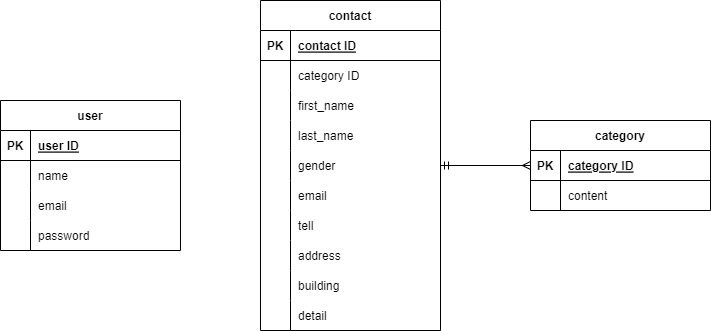
Earlier version of the draw.io export er.drawio.png (gh-sugiura/php). Source tidied: cells renumbered, new cells last; positions are measured from the earlier drawing's top-left corner, leaving out a move shared by most shapes. The source it was exported from:
```xml
<mxGraphModel>
  <root>
    <mxCell id="0" />
    <mxCell id="1" parent="0" />
    <mxCell id="2" value="contact" style="shape=table;startSize=30;rowLines=0;fontStyle=1;align=center;" parent="1" vertex="1">
      <mxGeometry x="260" width="180" height="330" as="geometry" />
    </mxCell>
    <mxCell id="3" style="shape=tableRow;horizontal=0;startSize=0;swimlaneHead=0;swimlaneBody=0;fillColor=none;top=0;left=0;right=0;bottom=1;" parent="2" vertex="1">
      <mxGeometry y="30" width="180" height="30" as="geometry" />
    </mxCell>
    <mxCell id="4" value="PK" style="shape=partialRectangle;fillColor=none;top=0;left=0;bottom=0;right=0;fontStyle=1;overflow=hidden;" parent="3" vertex="1">
      <mxGeometry width="30" height="30" as="geometry" />
    </mxCell>
    <mxCell id="5" value="contact ID" style="shape=partialRectangle;fillColor=none;top=0;left=0;bottom=0;right=0;align=left;spacingLeft=6;fontStyle=5;overflow=hidden;" parent="3" vertex="1">
      <mxGeometry x="30" width="150" height="30" as="geometry" />
    </mxCell>
    <mxCell id="6" style="shape=tableRow;horizontal=0;startSize=0;swimlaneHead=0;swimlaneBody=0;fillColor=none;top=0;left=0;right=0;bottom=0;" parent="2" vertex="1">
      <mxGeometry y="60" width="180" height="30" as="geometry" />
    </mxCell>
    <mxCell id="7" style="shape=partialRectangle;fillColor=none;top=0;left=0;bottom=0;right=0;overflow=hidden;" parent="6" vertex="1">
      <mxGeometry width="30" height="30" as="geometry" />
    </mxCell>
    <mxCell id="8" value="category ID" style="shape=partialRectangle;fillColor=none;top=0;left=0;bottom=0;right=0;align=left;spacingLeft=6;overflow=hidden;" parent="6" vertex="1">
      <mxGeometry x="30" width="150" height="30" as="geometry" />
    </mxCell>
    <mxCell id="9" style="shape=tableRow;horizontal=0;startSize=0;swimlaneHead=0;swimlaneBody=0;fillColor=none;top=0;left=0;right=0;bottom=0;" parent="2" vertex="1">
      <mxGeometry y="90" width="180" height="30" as="geometry" />
    </mxCell>
    <mxCell id="10" style="shape=partialRectangle;fillColor=none;top=0;left=0;bottom=0;right=0;overflow=hidden;" parent="9" vertex="1">
      <mxGeometry width="30" height="30" as="geometry" />
    </mxCell>
    <mxCell id="11" value="first_name" style="shape=partialRectangle;fillColor=none;top=0;left=0;bottom=0;right=0;align=left;spacingLeft=6;overflow=hidden;" parent="9" vertex="1">
      <mxGeometry x="30" width="150" height="30" as="geometry" />
    </mxCell>
    <mxCell id="12" style="shape=tableRow;horizontal=0;startSize=0;swimlaneHead=0;swimlaneBody=0;fillColor=none;top=0;left=0;right=0;bottom=0;" parent="2" vertex="1">
      <mxGeometry y="120" width="180" height="30" as="geometry" />
    </mxCell>
    <mxCell id="13" style="shape=partialRectangle;fillColor=none;top=0;left=0;bottom=0;right=0;overflow=hidden;" parent="12" vertex="1">
      <mxGeometry width="30" height="30" as="geometry" />
    </mxCell>
    <mxCell id="14" value="last_name" style="shape=partialRectangle;fillColor=none;top=0;left=0;bottom=0;right=0;align=left;spacingLeft=6;overflow=hidden;" parent="12" vertex="1">
      <mxGeometry x="30" width="150" height="30" as="geometry" />
    </mxCell>
    <mxCell id="15" style="shape=tableRow;horizontal=0;startSize=0;swimlaneHead=0;swimlaneBody=0;fillColor=none;points=[[0,0.5],[1,0.5]];portConstraint=eastwest;top=0;left=0;right=0;bottom=0;" parent="2" vertex="1">
      <mxGeometry y="150" width="180" height="30" as="geometry" />
    </mxCell>
    <mxCell id="16" style="shape=partialRectangle;fillColor=none;top=0;left=0;bottom=0;right=0;overflow=hidden;" parent="15" vertex="1">
      <mxGeometry width="30" height="30" as="geometry" />
    </mxCell>
    <mxCell id="17" value="gender" style="shape=partialRectangle;fillColor=none;top=0;left=0;bottom=0;right=0;align=left;spacingLeft=6;overflow=hidden;" parent="15" vertex="1">
      <mxGeometry x="30" width="150" height="30" as="geometry" />
    </mxCell>
    <mxCell id="18" style="shape=tableRow;horizontal=0;startSize=0;swimlaneHead=0;swimlaneBody=0;fillColor=none;top=0;left=0;right=0;bottom=0;" parent="2" vertex="1">
      <mxGeometry y="180" width="180" height="30" as="geometry" />
    </mxCell>
    <mxCell id="19" style="shape=partialRectangle;fillColor=none;top=0;left=0;bottom=0;right=0;overflow=hidden;" parent="18" vertex="1">
      <mxGeometry width="30" height="30" as="geometry" />
    </mxCell>
    <mxCell id="20" value="email" style="shape=partialRectangle;fillColor=none;top=0;left=0;bottom=0;right=0;align=left;spacingLeft=6;overflow=hidden;" parent="18" vertex="1">
      <mxGeometry x="30" width="150" height="30" as="geometry" />
    </mxCell>
    <mxCell id="21" style="shape=tableRow;horizontal=0;startSize=0;swimlaneHead=0;swimlaneBody=0;fillColor=none;top=0;left=0;right=0;bottom=0;" parent="2" vertex="1">
      <mxGeometry y="210" width="180" height="30" as="geometry" />
    </mxCell>
    <mxCell id="22" style="shape=partialRectangle;fillColor=none;top=0;left=0;bottom=0;right=0;overflow=hidden;" parent="21" vertex="1">
      <mxGeometry width="30" height="30" as="geometry" />
    </mxCell>
    <mxCell id="23" value="tell" style="shape=partialRectangle;fillColor=none;top=0;left=0;bottom=0;right=0;align=left;spacingLeft=6;overflow=hidden;" parent="21" vertex="1">
      <mxGeometry x="30" width="150" height="30" as="geometry" />
    </mxCell>
    <mxCell id="24" style="shape=tableRow;horizontal=0;startSize=0;swimlaneHead=0;swimlaneBody=0;fillColor=none;top=0;left=0;right=0;bottom=0;" parent="2" vertex="1">
      <mxGeometry y="240" width="180" height="30" as="geometry" />
    </mxCell>
    <mxCell id="25" style="shape=partialRectangle;fillColor=none;top=0;left=0;bottom=0;right=0;overflow=hidden;" parent="24" vertex="1">
      <mxGeometry width="30" height="30" as="geometry" />
    </mxCell>
    <mxCell id="26" value="address" style="shape=partialRectangle;fillColor=none;top=0;left=0;bottom=0;right=0;align=left;spacingLeft=6;overflow=hidden;" parent="24" vertex="1">
      <mxGeometry x="30" width="150" height="30" as="geometry" />
    </mxCell>
    <mxCell id="27" style="shape=tableRow;horizontal=0;startSize=0;swimlaneHead=0;swimlaneBody=0;fillColor=none;top=0;left=0;right=0;bottom=0;" parent="2" vertex="1">
      <mxGeometry y="270" width="180" height="30" as="geometry" />
    </mxCell>
    <mxCell id="28" style="shape=partialRectangle;fillColor=none;top=0;left=0;bottom=0;right=0;overflow=hidden;" parent="27" vertex="1">
      <mxGeometry width="30" height="30" as="geometry" />
    </mxCell>
    <mxCell id="29" value="building" style="shape=partialRectangle;fillColor=none;top=0;left=0;bottom=0;right=0;align=left;spacingLeft=6;overflow=hidden;" parent="27" vertex="1">
      <mxGeometry x="30" width="150" height="30" as="geometry" />
    </mxCell>
    <mxCell id="30" style="shape=tableRow;horizontal=0;startSize=0;swimlaneHead=0;swimlaneBody=0;fillColor=none;top=0;left=0;right=0;bottom=0;" parent="2" vertex="1">
      <mxGeometry y="300" width="180" height="30" as="geometry" />
    </mxCell>
    <mxCell id="31" style="shape=partialRectangle;fillColor=none;top=0;left=0;bottom=0;right=0;overflow=hidden;" parent="30" vertex="1">
      <mxGeometry width="30" height="30" as="geometry" />
    </mxCell>
    <mxCell id="32" value="detail" style="shape=partialRectangle;fillColor=none;top=0;left=0;bottom=0;right=0;align=left;spacingLeft=6;overflow=hidden;" parent="30" vertex="1">
      <mxGeometry x="30" width="150" height="30" as="geometry" />
    </mxCell>
    <mxCell id="33" value="category" style="shape=table;startSize=30;rowLines=0;fontStyle=1;align=center;" parent="1" vertex="1">
      <mxGeometry x="530" y="120" width="180" height="90" as="geometry" />
    </mxCell>
    <mxCell id="34" style="shape=tableRow;horizontal=0;startSize=0;swimlaneHead=0;swimlaneBody=0;fillColor=none;points=[[0,0.5],[1,0.5]];portConstraint=eastwest;top=0;left=0;right=0;bottom=1;" parent="33" vertex="1">
      <mxGeometry y="30" width="180" height="30" as="geometry" />
    </mxCell>
    <mxCell id="35" value="PK" style="shape=partialRectangle;fillColor=none;top=0;left=0;bottom=0;right=0;fontStyle=1;overflow=hidden;" parent="34" vertex="1">
      <mxGeometry width="30" height="30" as="geometry" />
    </mxCell>
    <mxCell id="36" value="category ID" style="shape=partialRectangle;fillColor=none;top=0;left=0;bottom=0;right=0;align=left;spacingLeft=6;fontStyle=5;overflow=hidden;" parent="34" vertex="1">
      <mxGeometry x="30" width="150" height="30" as="geometry" />
    </mxCell>
    <mxCell id="37" style="shape=tableRow;horizontal=0;startSize=0;swimlaneHead=0;swimlaneBody=0;fillColor=none;top=0;left=0;right=0;bottom=0;" parent="33" vertex="1">
      <mxGeometry y="60" width="180" height="30" as="geometry" />
    </mxCell>
    <mxCell id="38" style="shape=partialRectangle;fillColor=none;top=0;left=0;bottom=0;right=0;overflow=hidden;" parent="37" vertex="1">
      <mxGeometry width="30" height="30" as="geometry" />
    </mxCell>
    <mxCell id="39" value="content" style="shape=partialRectangle;fillColor=none;top=0;left=0;bottom=0;right=0;align=left;spacingLeft=6;overflow=hidden;" parent="37" vertex="1">
      <mxGeometry x="30" width="150" height="30" as="geometry" />
    </mxCell>
    <mxCell id="40" value="user" style="shape=table;startSize=30;rowLines=0;fontStyle=1;align=center;" parent="1" vertex="1">
      <mxGeometry y="100" width="180" height="150" as="geometry" />
    </mxCell>
    <mxCell id="41" style="shape=tableRow;horizontal=0;startSize=0;swimlaneHead=0;swimlaneBody=0;fillColor=none;top=0;left=0;right=0;bottom=1;" parent="40" vertex="1">
      <mxGeometry y="30" width="180" height="30" as="geometry" />
    </mxCell>
    <mxCell id="42" value="PK" style="shape=partialRectangle;fillColor=none;top=0;left=0;bottom=0;right=0;fontStyle=1;overflow=hidden;" parent="41" vertex="1">
      <mxGeometry width="30" height="30" as="geometry" />
    </mxCell>
    <mxCell id="43" value="user ID" style="shape=partialRectangle;fillColor=none;top=0;left=0;bottom=0;right=0;align=left;spacingLeft=6;fontStyle=5;overflow=hidden;" parent="41" vertex="1">
      <mxGeometry x="30" width="150" height="30" as="geometry" />
    </mxCell>
    <mxCell id="44" style="shape=tableRow;horizontal=0;startSize=0;swimlaneHead=0;swimlaneBody=0;fillColor=none;top=0;left=0;right=0;bottom=0;" parent="40" vertex="1">
      <mxGeometry y="60" width="180" height="30" as="geometry" />
    </mxCell>
    <mxCell id="45" style="shape=partialRectangle;fillColor=none;top=0;left=0;bottom=0;right=0;overflow=hidden;" parent="44" vertex="1">
      <mxGeometry width="30" height="30" as="geometry" />
    </mxCell>
    <mxCell id="46" value="name" style="shape=partialRectangle;fillColor=none;top=0;left=0;bottom=0;right=0;align=left;spacingLeft=6;overflow=hidden;" parent="44" vertex="1">
      <mxGeometry x="30" width="150" height="30" as="geometry" />
    </mxCell>
    <mxCell id="47" style="shape=tableRow;horizontal=0;startSize=0;swimlaneHead=0;swimlaneBody=0;fillColor=none;top=0;left=0;right=0;bottom=0;" parent="40" vertex="1">
      <mxGeometry y="90" width="180" height="30" as="geometry" />
    </mxCell>
    <mxCell id="48" style="shape=partialRectangle;fillColor=none;top=0;left=0;bottom=0;right=0;overflow=hidden;" parent="47" vertex="1">
      <mxGeometry width="30" height="30" as="geometry" />
    </mxCell>
    <mxCell id="49" value="email" style="shape=partialRectangle;fillColor=none;top=0;left=0;bottom=0;right=0;align=left;spacingLeft=6;overflow=hidden;" parent="47" vertex="1">
      <mxGeometry x="30" width="150" height="30" as="geometry" />
    </mxCell>
    <mxCell id="50" style="shape=tableRow;horizontal=0;startSize=0;swimlaneHead=0;swimlaneBody=0;fillColor=none;top=0;left=0;right=0;bottom=0;" parent="40" vertex="1">
      <mxGeometry y="120" width="180" height="30" as="geometry" />
    </mxCell>
    <mxCell id="51" style="shape=partialRectangle;fillColor=none;top=0;left=0;bottom=0;right=0;overflow=hidden;" parent="50" vertex="1">
      <mxGeometry width="30" height="30" as="geometry" />
    </mxCell>
    <mxCell id="52" value="password" style="shape=partialRectangle;fillColor=none;top=0;left=0;bottom=0;right=0;align=left;spacingLeft=6;overflow=hidden;" parent="50" vertex="1">
      <mxGeometry x="30" width="150" height="30" as="geometry" />
    </mxCell>
    <mxCell id="53" style="fontSize=12;html=1;endArrow=ERmany;startArrow=ERmandOne;endFill=0;entryX=0;entryY=0.5;entryDx=0;entryDy=0;exitX=1;exitY=0.5;exitDx=0;exitDy=0;" parent="1" edge="1" source="15" target="34">
      <mxGeometry relative="1" as="geometry" />
    </mxCell>
  </root>
</mxGraphModel>
```
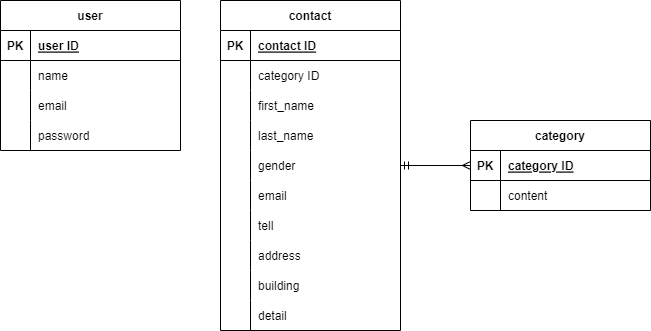
After the change.

What changed in the source:
```diff
@@ -1,4 +1,4 @@
-<mxGraphModel>
+<mxGraphModel background="#ffffff">
   <root>
     <mxCell id="0" />
     <mxCell id="1" parent="0" />
@@ -96,7 +96,7 @@
       <mxGeometry x="30" width="150" height="30" as="geometry" />
     </mxCell>
     <mxCell id="33" value="category" style="shape=table;startSize=30;rowLines=0;fontStyle=1;align=center;" parent="1" vertex="1">
-      <mxGeometry x="530" y="120" width="180" height="90" as="geometry" />
+      <mxGeometry x="510" y="120" width="180" height="90" as="geometry" />
     </mxCell>
     <mxCell id="34" style="shape=tableRow;horizontal=0;startSize=0;swimlaneHead=0;swimlaneBody=0;fillColor=none;points=[[0,0.5],[1,0.5]];portConstraint=eastwest;top=0;left=0;right=0;bottom=1;" parent="33" vertex="1">
       <mxGeometry y="30" width="180" height="30" as="geometry" />
@@ -117,7 +117,7 @@
       <mxGeometry x="30" width="150" height="30" as="geometry" />
     </mxCell>
     <mxCell id="40" value="user" style="shape=table;startSize=30;rowLines=0;fontStyle=1;align=center;" parent="1" vertex="1">
-      <mxGeometry y="100" width="180" height="150" as="geometry" />
+      <mxGeometry x="40" width="180" height="150" as="geometry" />
     </mxCell>
     <mxCell id="41" style="shape=tableRow;horizontal=0;startSize=0;swimlaneHead=0;swimlaneBody=0;fillColor=none;top=0;left=0;right=0;bottom=1;" parent="40" vertex="1">
       <mxGeometry y="30" width="180" height="30" as="geometry" />
```
